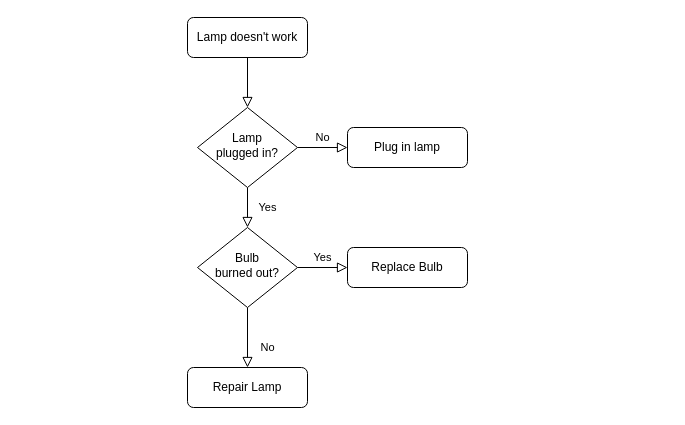
Earlier version of the draw.io diagram video_club_diagram.drawio (projectario/VideoClub). Source tidied: cells renumbered, new cells numbered last; positions are measured from the earlier drawing's top-left corner, leaving out a move shared by most shapes. Both pictures are drawn from the tidied source at 100%, with x=0, y=0 at pixel (187, 17).
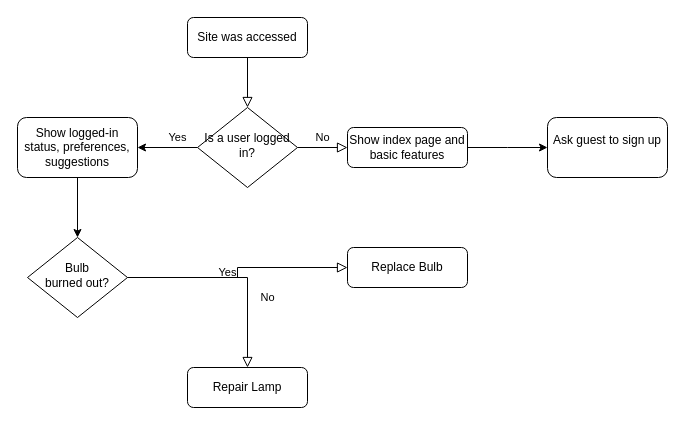
The same page after the edit.

Change to the diagram source:
```diff
@@
 <mxGraphModel>
   <root>
     <mxCell id="0" />
     <mxCell id="1" parent="0" />
     <mxCell id="2" style="rounded=0;html=1;jettySize=auto;fontSize=11;endArrow=block;endFill=0;endSize=8;strokeWidth=1;shadow=0;labelBackgroundColor=none;edgeStyle=orthogonalEdgeStyle;" parent="1" edge="1" source="3" target="6">
       <mxGeometry relative="1" as="geometry" />
     </mxCell>
-    <mxCell id="3" value="Lamp doesn't work" style="rounded=1;whiteSpace=wrap;html=1;fontSize=12;glass=0;strokeWidth=1;shadow=0;" parent="1" vertex="1">
+    <mxCell id="3" value="Site was accessed" style="rounded=1;whiteSpace=wrap;html=1;fontSize=12;glass=0;strokeWidth=1;shadow=0;" parent="1" vertex="1">
       <mxGeometry width="120" height="40" as="geometry" />
     </mxCell>
+    <mxCell id="5" value="No" style="edgeStyle=orthogonalEdgeStyle;rounded=0;html=1;jettySize=auto;fontSize=11;endArrow=block;endFill=0;endSize=8;strokeWidth=1;shadow=0;labelBackgroundColor=none;" parent="1" edge="1" source="6" target="7">
+      <mxGeometry y="10" relative="1" as="geometry" />
+    </mxCell>
-    <mxCell id="4" value="Yes" style="rounded=0;html=1;jettySize=auto;fontSize=11;endArrow=block;endFill=0;endSize=8;strokeWidth=1;shadow=0;labelBackgroundColor=none;edgeStyle=orthogonalEdgeStyle;" parent="1" edge="1" source="6" target="10">
-      <mxGeometry y="20" relative="1" as="geometry" />
+    <mxCell id="4" value="Yes" style="edgeStyle=orthogonalEdgeStyle;rounded=0;jettySize=auto;html=1;" parent="1" edge="1" source="6" target="15">
+      <mxGeometry x="-0.33" y="-10" relative="1" as="geometry" />
     </mxCell>
-    <mxCell id="5" value="No" style="edgeStyle=orthogonalEdgeStyle;rounded=0;html=1;jettySize=auto;fontSize=11;endArrow=block;endFill=0;endSize=8;strokeWidth=1;shadow=0;labelBackgroundColor=none;" parent="1" edge="1" source="6" target="7">
-      <mxGeometry y="10" relative="1" as="geometry" />
-    </mxCell>
-    <mxCell id="6" value="Lamp&lt;br&gt;plugged in?" style="rhombus;whiteSpace=wrap;html=1;shadow=0;fontFamily=Helvetica;fontSize=12;align=center;strokeWidth=1;spacing=6;spacingTop=-4;" parent="1" vertex="1">
+    <mxCell id="6" value="Is a user logged in?" style="rhombus;whiteSpace=wrap;html=1;shadow=0;fontFamily=Helvetica;fontSize=12;align=center;strokeWidth=1;spacing=6;spacingTop=-4;" parent="1" vertex="1">
       <mxGeometry x="10" y="90" width="100" height="80" as="geometry" />
     </mxCell>
+    <mxCell id="13" style="edgeStyle=orthogonalEdgeStyle;rounded=0;jettySize=auto;html=1;" parent="1" edge="1" source="7">
+      <mxGeometry relative="1" as="geometry">
+        <mxPoint x="360" y="130" as="targetPoint" />
+      </mxGeometry>
+    </mxCell>
-    <mxCell id="7" value="Plug in lamp" style="rounded=1;whiteSpace=wrap;html=1;fontSize=12;glass=0;strokeWidth=1;shadow=0;" parent="1" vertex="1">
+    <mxCell id="7" value="Show index page and basic features" style="rounded=1;whiteSpace=wrap;html=1;fontSize=12;glass=0;strokeWidth=1;shadow=0;" parent="1" vertex="1">
       <mxGeometry x="160" y="110" width="120" height="40" as="geometry" />
     </mxCell>
     <mxCell id="8" value="No" style="rounded=0;html=1;jettySize=auto;fontSize=11;endArrow=block;endFill=0;endSize=8;strokeWidth=1;shadow=0;labelBackgroundColor=none;edgeStyle=orthogonalEdgeStyle;" parent="1" edge="1" source="10" target="11">
       <mxGeometry x="0.33" y="20" relative="1" as="geometry" />
     </mxCell>
     <mxCell id="9" value="Yes" style="edgeStyle=orthogonalEdgeStyle;rounded=0;html=1;jettySize=auto;fontSize=11;endArrow=block;endFill=0;endSize=8;strokeWidth=1;shadow=0;labelBackgroundColor=none;" parent="1" edge="1" source="10" target="12">
       <mxGeometry y="10" relative="1" as="geometry" />
     </mxCell>
     <mxCell id="10" value="Bulb&lt;br&gt;burned out?" style="rhombus;whiteSpace=wrap;html=1;shadow=0;fontFamily=Helvetica;fontSize=12;align=center;strokeWidth=1;spacing=6;spacingTop=-4;" parent="1" vertex="1">
-      <mxGeometry x="10" y="210" width="100" height="80" as="geometry" />
+      <mxGeometry x="-160" y="220" width="100" height="80" as="geometry" />
     </mxCell>
     <mxCell id="11" value="Repair Lamp" style="rounded=1;whiteSpace=wrap;html=1;fontSize=12;glass=0;strokeWidth=1;shadow=0;" parent="1" vertex="1">
       <mxGeometry y="350" width="120" height="40" as="geometry" />
     </mxCell>
     <mxCell id="12" value="Replace Bulb" style="rounded=1;whiteSpace=wrap;html=1;fontSize=12;glass=0;strokeWidth=1;shadow=0;" parent="1" vertex="1">
       <mxGeometry x="160" y="230" width="120" height="40" as="geometry" />
     </mxCell>
+    <mxCell id="14" style="edgeStyle=orthogonalEdgeStyle;rounded=0;jettySize=auto;html=1;" parent="1" edge="1" source="15" target="10">
+      <mxGeometry relative="1" as="geometry" />
+    </mxCell>
+    <mxCell id="15" value="Show logged-in status, preferences, suggestions" style="rounded=1;whiteSpace=wrap;html=1;" parent="1" vertex="1">
+      <mxGeometry x="-170" y="100" width="120" height="60" as="geometry" />
+    </mxCell>
+    <mxCell id="16" value="&lt;div&gt;Ask guest to sign up&lt;/div&gt;&lt;div&gt;&lt;br&gt;&lt;/div&gt;" style="rounded=1;whiteSpace=wrap;html=1;" parent="1" vertex="1">
+      <mxGeometry x="360" y="100" width="120" height="60" as="geometry" />
+    </mxCell>
   </root>
 </mxGraphModel>
```
